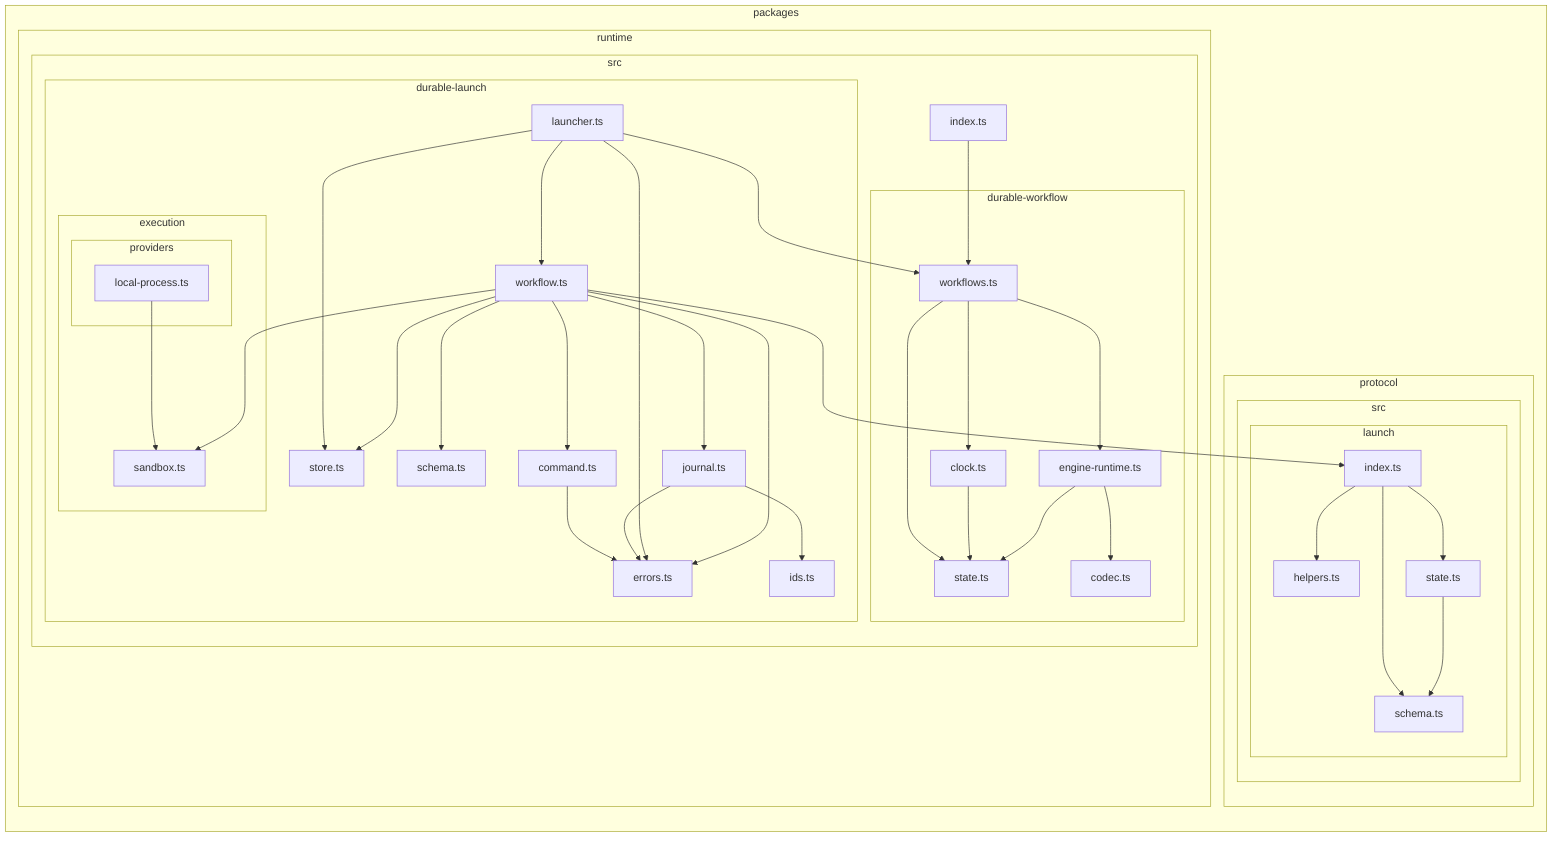
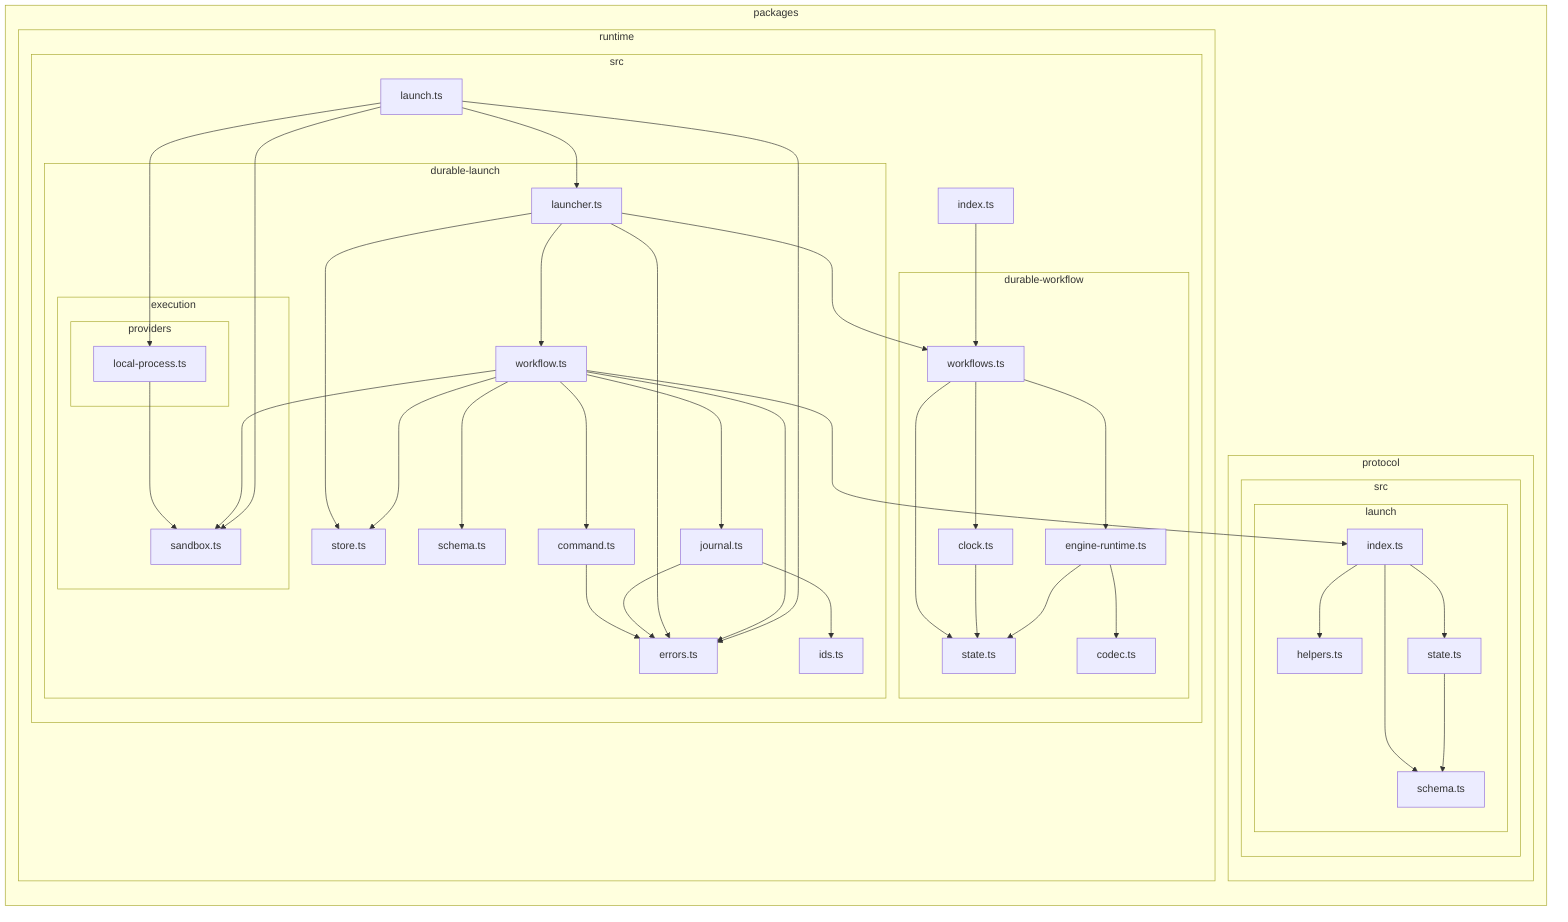
flowchart LR

subgraph 0["packages"]
subgraph 1["runtime"]
subgraph 2["src"]
subgraph 3["durable-launch"]
4["command.ts"]
5["errors.ts"]
subgraph 6["execution"]
subgraph 7["providers"]
8["local-process.ts"]
end
9["sandbox.ts"]
end
A["ids.ts"]
B["journal.ts"]
C["launcher.ts"]
J["store.ts"]
K["workflow.ts"]
L["schema.ts"]
end
subgraph D["durable-workflow"]
E["workflows.ts"]
F["clock.ts"]
G["state.ts"]
H["engine-runtime.ts"]
I["codec.ts"]
end
T["index.ts"]
+ U["launch.ts"]
end
end
subgraph M["protocol"]
subgraph N["src"]
subgraph O["launch"]
P["index.ts"]
Q["helpers.ts"]
R["schema.ts"]
S["state.ts"]
end
end
end
end
4-->5
8-->9
B-->5
B-->A
C-->E
C-->5
C-->J
C-->K
E-->F
E-->H
E-->G
F-->G
H-->I
H-->G
K-->4
K-->5
K-->9
K-->B
K-->L
K-->J
K-->P
P-->Q
P-->R
P-->S
S-->R
T-->E
+ U-->5
+ U-->8
+ U-->9
+ U-->C
